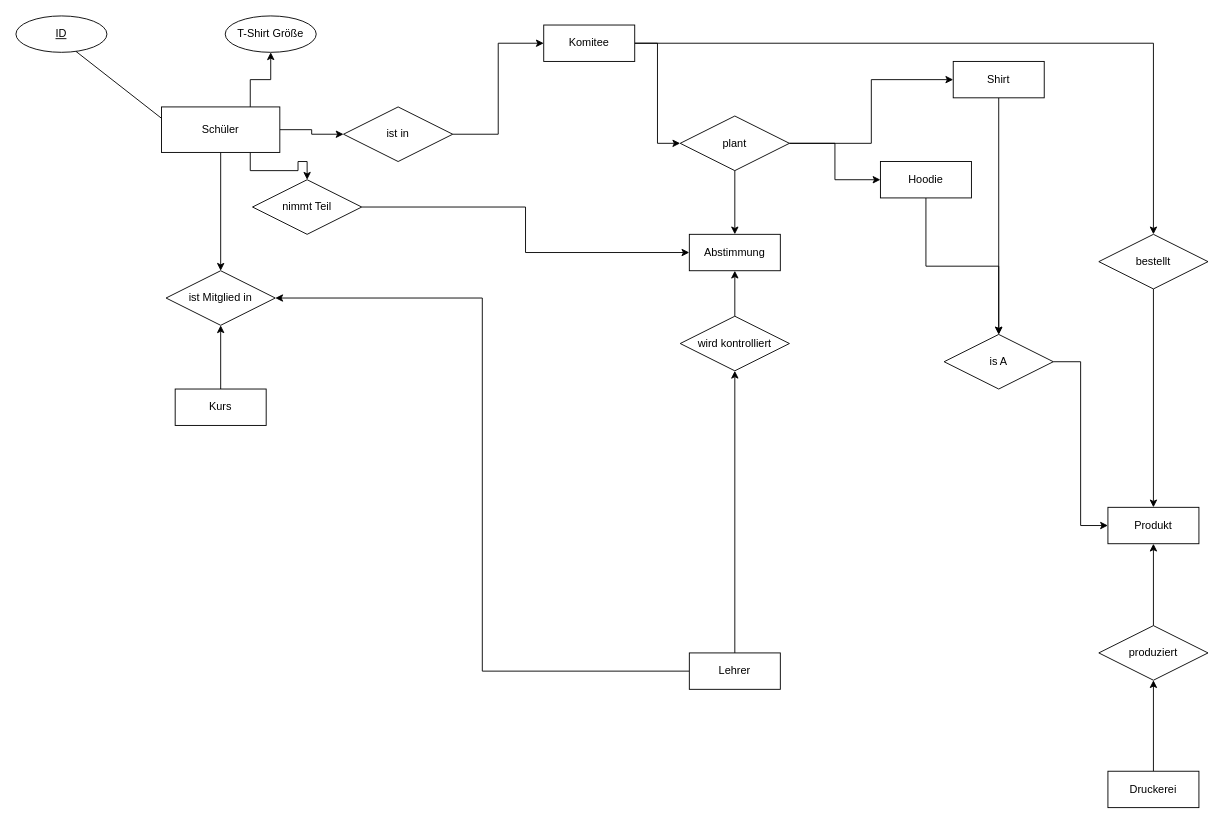
The draw.io diagram Planung/ERM-Hoodie&Shirt.drawio in TimEismar/InformatikLK-Abiturplanung, before the edit. Source tidied: cells renumbered, new cells numbered last; positions are measured from the earlier drawing's top-left corner, leaving out a move shared by most shapes. Both pictures are drawn from the tidied source at 91%, with x=0, y=0 at pixel (15, 15).
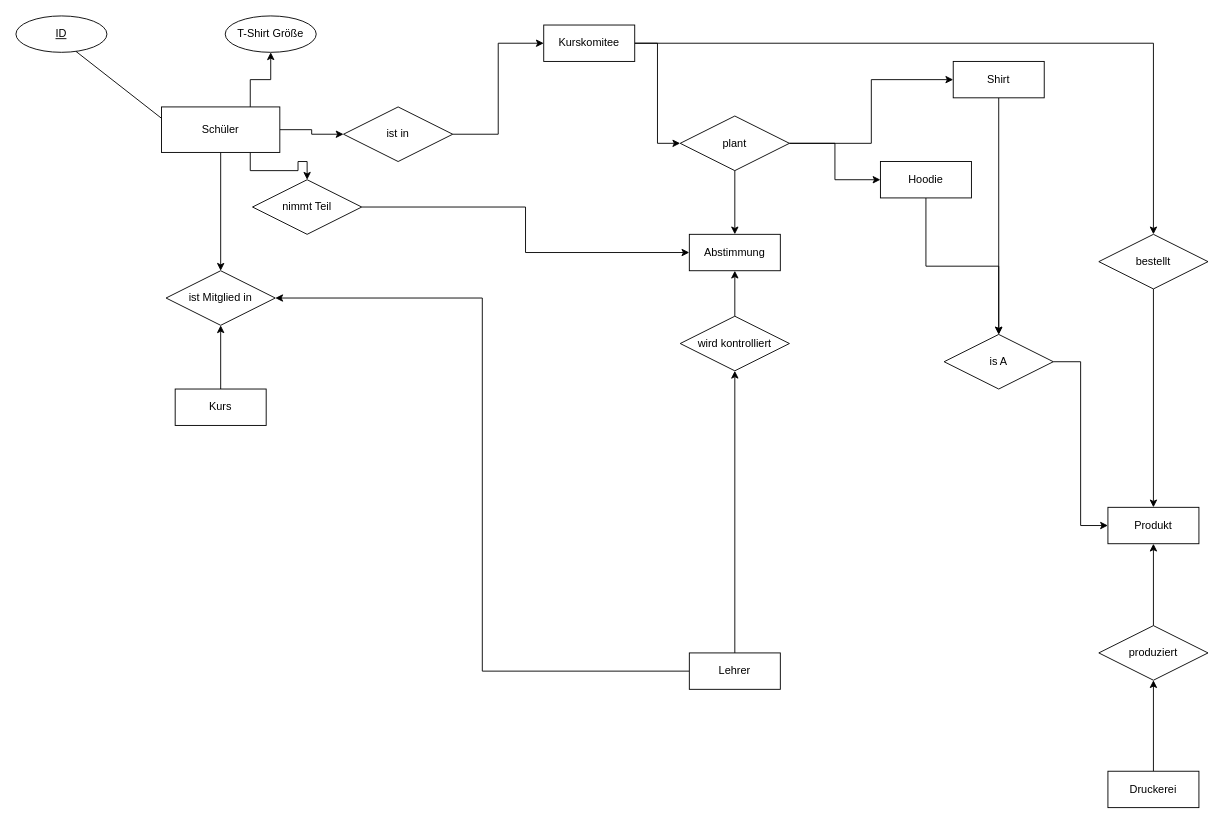
Above is the later version.

What changed in the source:
```diff
@@
-    <mxCell id="16" value="Komitee" style="whiteSpace=wrap;html=1;align=center;" parent="1" vertex="1">
+    <mxCell id="16" value="Kurskomitee" style="whiteSpace=wrap;html=1;align=center;" parent="1" vertex="1">
       <mxGeometry x="580" y="10" width="100" height="40" as="geometry" />
     </mxCell>
```
